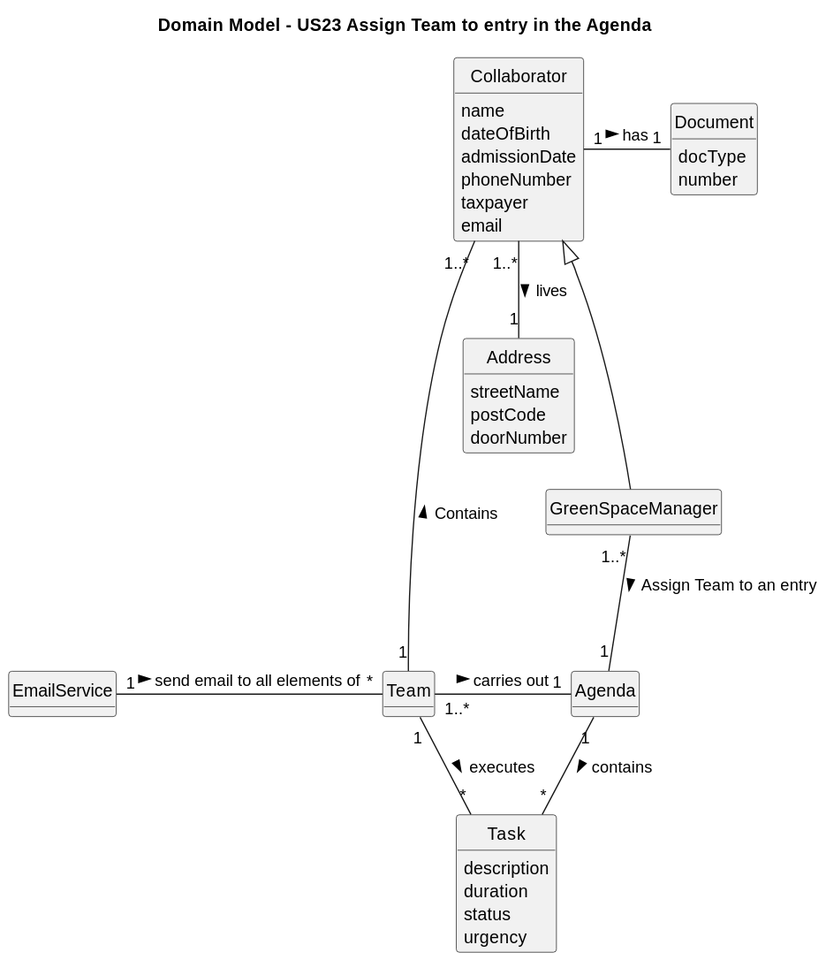
Above: docs/sprint3/us23/02.analysis/svg/us23-domain-model.svg in Departamento-de-Engenharia-Informatica/lei-24-s2-1db-g022 (PlantUML), before the change.
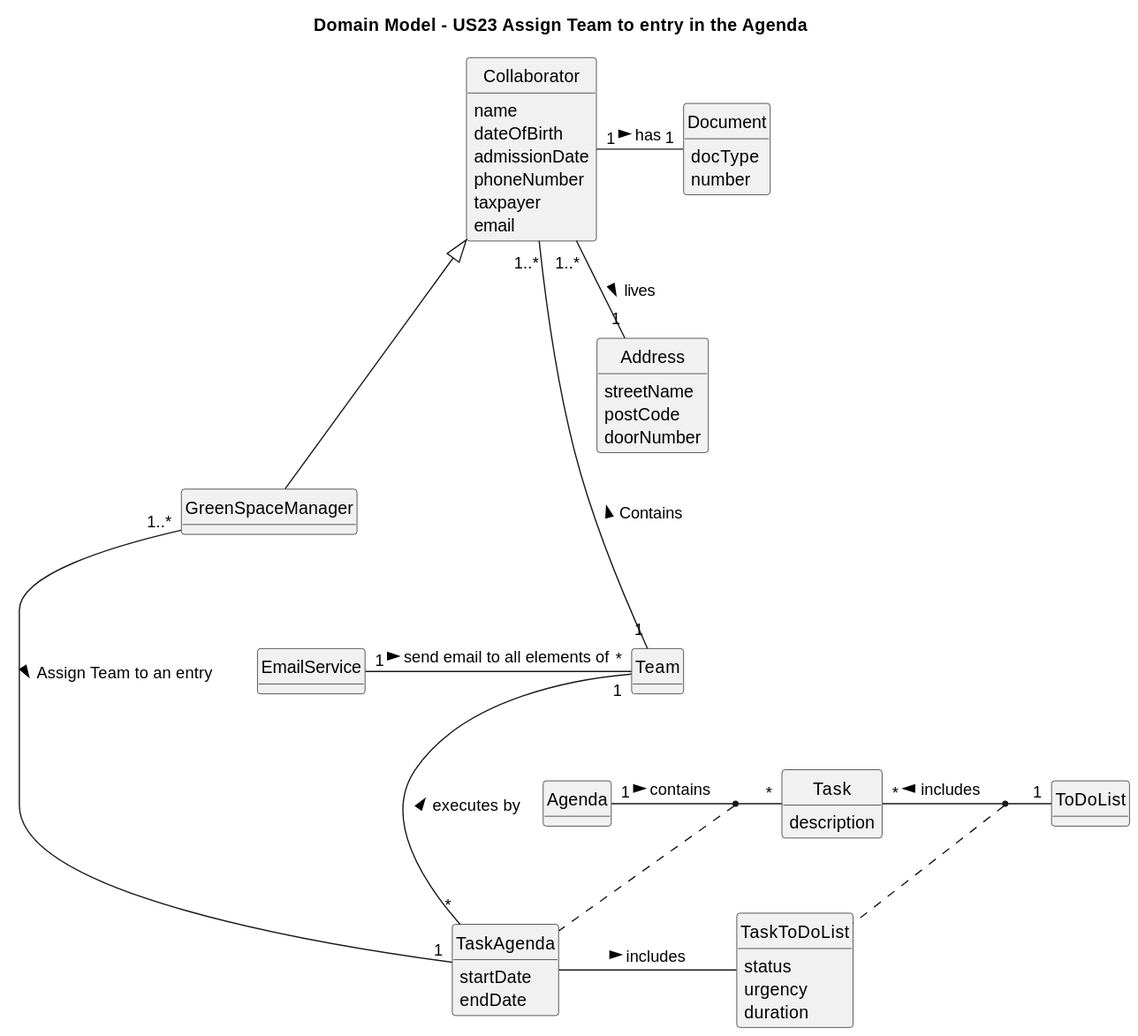
Later version of the same file.

Change to the diagram source:
```diff
@@ -36,19 +36,30 @@
 class Team{
 }
 
-class Agenda{}
-
-
-class Task{
-    description
-    duration
-    status
-    urgency
-}
-
 class EmailService{
 }
 
+class ToDoList {
+}
+
+class TaskToDoList{
+    status
+    urgency
+    duration
+}
+
+class TaskAgenda{
+    startDate
+    endDate
+}
+
+class Task {
+    description
+
+}
+
+class Agenda{
+}
 
 Collaborator "1" - "1" Document : has >
 
@@ -56,15 +67,20 @@
 
 Collaborator  <|--  GreenSpaceManager
 
-GreenSpaceManager "1..*" -- "1" Agenda : Assign Team to an entry >
+GreenSpaceManager "1..*" - "1" TaskAgenda : Assign Team to an entry >
 
-Team "1..*" - "1" Agenda : carries out >
-
-Team "1" -- "*" Task : executes >
+Team "1" --- "*" TaskAgenda : executes by <
 
 Agenda "1" - "*" Task : contains >
 
 EmailService "1" - "*" Team :  send email to all elements of >
 
 Collaborator "1..*" ---- "1" Team : Contains <
+
+Task "*" - "1" ToDoList : includes <
+
+(Task,ToDoList) .. TaskToDoList
+(Task,Agenda) .. TaskAgenda
+
+TaskAgenda - TaskToDoList : includes >
 @enduml
```
